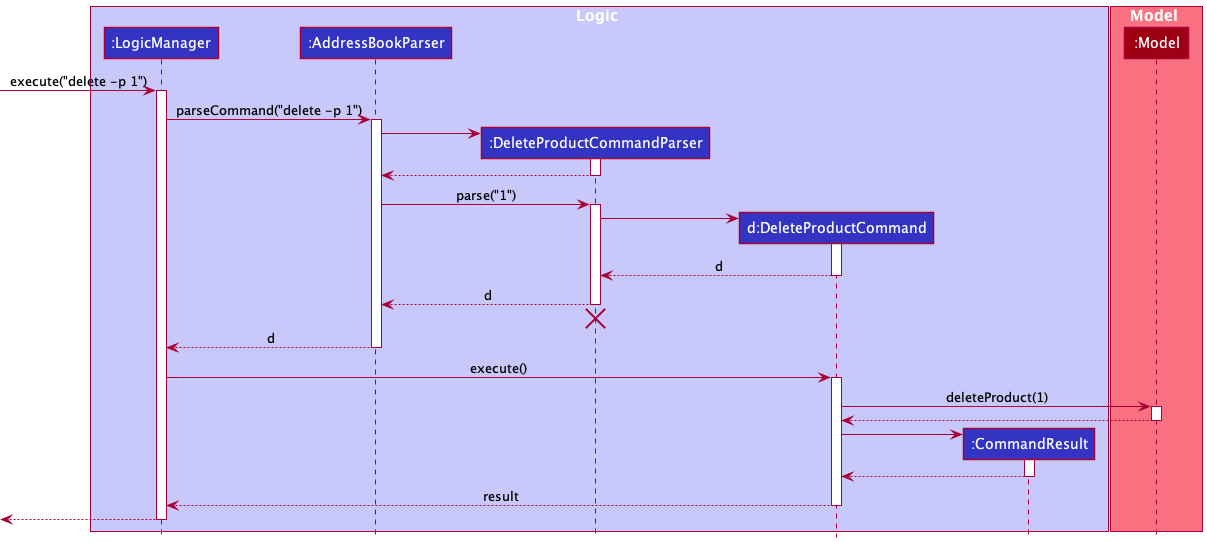
nus-cs2103-AY2122S1/tp keeps this PlantUML diagram as docs/images/DeleteProductSequenceDiagram.png. Above is the earlier version.
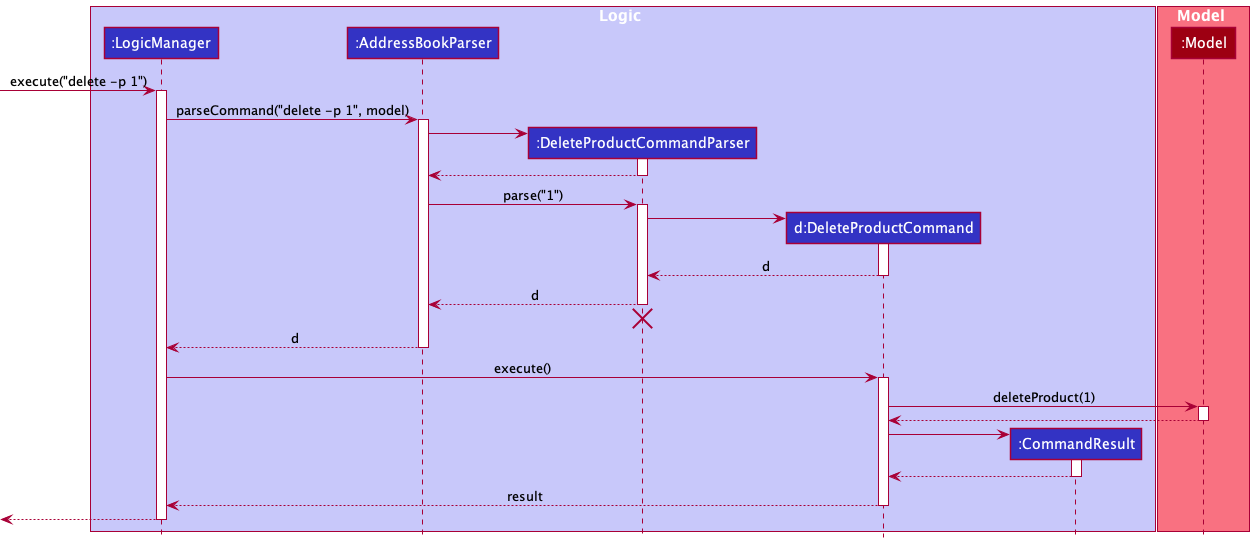
The same diagram one commit later.

The edit, as a diff of the source:
```diff
@@ -16,7 +16,7 @@
 [-> LogicManager : execute("delete -p 1")
 activate LogicManager
 
-LogicManager -> AddressBookParser : parseCommand("delete -p 1")
+LogicManager -> AddressBookParser : parseCommand("delete -p 1", model)
 activate AddressBookParser
 
 create DeleteProductCommandParser
```
